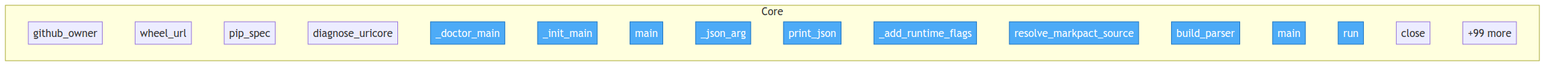
Earlier version of the Mermaid export project/flow.png (tellmesh/urisys). Its source is kept beside it as project/flow.mmd.
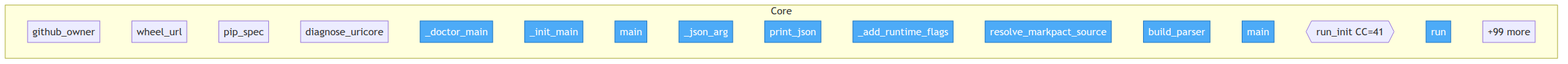
After the commit.

What changed in the source:
```diff
@@ -16,8 +16,8 @@
         src__urisys__cli__resolve_markpact_source["resolve_markpact_source"]
         src__urisys__cli__build_parser["build_parser"]
         src__urisys__cli__main["main"]
+        src__urisys__init_setup__run_init{{run_init CC=41}}
         src__urisys__controllers__flow_controller__FlowController__run["run"]
-        src__urisys__controllers__flow_controller__FlowController__close["close"]
         ...["+99 more"]
     end
 
```
